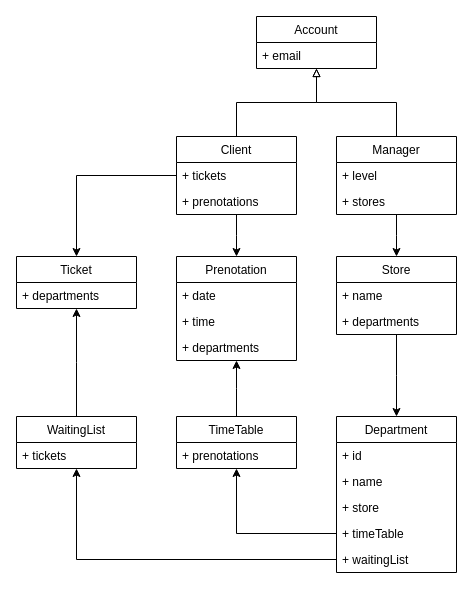
This is RASD/Images/main-class-diag.drawio from imDema/DeMartiniDuico-sw2, a draw.io file, before an edit. Source tidied: cells renumbered, new cells numbered last; positions are measured from the earlier drawing's top-left corner, leaving out a move shared by most shapes. Both pictures are drawn from the tidied source at 100%, with x=0, y=0 at pixel (16, 16).
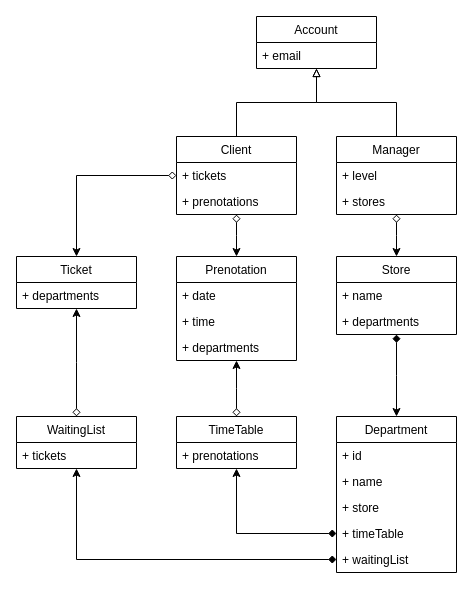
The same page after the edit.

Unchanged cells that the change refers to:
```xml
<mxCell id="2" value="Store" style="swimlane;fontStyle=0;horizontal=1;startSize=26;fillColor=none;" parent="1" vertex="1">
  <mxGeometry x="320" y="240" width="120" height="78" as="geometry" />
</mxCell>
<mxCell id="4" value="+ departments" style="text;strokeColor=none;fillColor=none;align=left;verticalAlign=top;spacingLeft=4;spacingRight=4;overflow=hidden;points=[[0,0.5],[1,0.5]];portConstraint=eastwest;" parent="2" vertex="1">
  <mxGeometry y="52" width="120" height="26" as="geometry" />
</mxCell>
<mxCell id="8" value="+ stores" style="text;strokeColor=none;fillColor=none;align=left;verticalAlign=top;spacingLeft=4;spacingRight=4;overflow=hidden;points=[[0,0.5],[1,0.5]];portConstraint=eastwest;" parent="6" vertex="1">
  <mxGeometry y="52" width="120" height="26" as="geometry" />
</mxCell>
<mxCell id="10" value="+ tickets" style="text;strokeColor=none;fillColor=none;align=left;verticalAlign=top;spacingLeft=4;spacingRight=4;overflow=hidden;points=[[0,0.5],[1,0.5]];portConstraint=eastwest;" parent="9" vertex="1">
  <mxGeometry y="26" width="120" height="26" as="geometry" />
</mxCell>
<mxCell id="11" value="+ prenotations" style="text;strokeColor=none;fillColor=none;align=left;verticalAlign=top;spacingLeft=4;spacingRight=4;overflow=hidden;points=[[0,0.5],[1,0.5]];portConstraint=eastwest;" parent="9" vertex="1">
  <mxGeometry y="52" width="120" height="26" as="geometry" />
</mxCell>
<mxCell id="15" value="Ticket" style="swimlane;fontStyle=0;horizontal=1;startSize=26;fillColor=none;" parent="1" vertex="1">
  <mxGeometry y="240" width="120" height="52" as="geometry" />
</mxCell>
<mxCell id="17" value="Prenotation" style="swimlane;fontStyle=0;horizontal=1;startSize=26;fillColor=none;" parent="1" vertex="1">
  <mxGeometry x="160" y="240" width="120" height="104" as="geometry" />
</mxCell>
<mxCell id="21" value="Department" style="swimlane;fontStyle=0;horizontal=1;startSize=26;fillColor=none;" parent="1" vertex="1">
  <mxGeometry x="320" y="400" width="120" height="156" as="geometry" />
</mxCell>
<mxCell id="25" value="+ timeTable" style="text;strokeColor=none;fillColor=none;align=left;verticalAlign=top;spacingLeft=4;spacingRight=4;overflow=hidden;points=[[0,0.5],[1,0.5]];portConstraint=eastwest;" parent="21" vertex="1">
  <mxGeometry y="104" width="120" height="26" as="geometry" />
</mxCell>
<mxCell id="26" value="+ waitingList" style="text;strokeColor=none;fillColor=none;align=left;verticalAlign=top;spacingLeft=4;spacingRight=4;overflow=hidden;points=[[0,0.5],[1,0.5]];portConstraint=eastwest;" parent="21" vertex="1">
  <mxGeometry y="130" width="120" height="26" as="geometry" />
</mxCell>
<mxCell id="28" value="WaitingList" style="swimlane;fontStyle=0;horizontal=1;startSize=26;fillColor=none;" parent="1" vertex="1">
  <mxGeometry y="400" width="120" height="52" as="geometry" />
</mxCell>
<mxCell id="31" value="TimeTable" style="swimlane;fontStyle=0;horizontal=1;startSize=26;fillColor=none;" parent="1" vertex="1">
  <mxGeometry x="160" y="400" width="120" height="52" as="geometry" />
</mxCell>
```

What changed in the source:
```diff
@@
-    <mxCell id="27" style="edgeStyle=elbowEdgeStyle;rounded=0;jettySize=auto;html=1;startArrow=none;startFill=0;endArrow=classic;endFill=1;" parent="1" edge="1" source="28" target="15">
+    <mxCell id="27" style="edgeStyle=elbowEdgeStyle;rounded=0;jettySize=auto;html=1;startArrow=diamond;startFill=0;endArrow=classic;endFill=1;" parent="1" edge="1" source="28" target="15">
       <mxGeometry relative="1" as="geometry" />
     </mxCell>
@@
-    <mxCell id="30" style="edgeStyle=elbowEdgeStyle;rounded=0;jettySize=auto;html=1;startArrow=none;startFill=0;endArrow=classic;endFill=1;" parent="1" edge="1" source="31" target="17">
+    <mxCell id="30" style="edgeStyle=elbowEdgeStyle;rounded=0;jettySize=auto;html=1;startArrow=diamond;startFill=0;endArrow=classic;endFill=1;" parent="1" edge="1" source="31" target="17">
       <mxGeometry relative="1" as="geometry" />
     </mxCell>
@@
-    <mxCell id="33" style="edgeStyle=elbowEdgeStyle;rounded=0;jettySize=auto;html=1;startArrow=none;startFill=0;endArrow=classic;endFill=1;" parent="1" edge="1" source="10" target="15">
+    <mxCell id="33" style="edgeStyle=elbowEdgeStyle;rounded=0;jettySize=auto;html=1;startArrow=diamond;startFill=0;endArrow=classic;endFill=1;" parent="1" edge="1" source="10" target="15">
       <mxGeometry relative="1" as="geometry">
         <Array as="points">
           <mxPoint x="60" y="220" />
         </Array>
       </mxGeometry>
     </mxCell>
-    <mxCell id="34" style="edgeStyle=elbowEdgeStyle;rounded=0;jettySize=auto;html=1;startArrow=none;startFill=0;endArrow=classic;endFill=1;" parent="1" edge="1" source="11" target="17">
+    <mxCell id="34" style="edgeStyle=elbowEdgeStyle;rounded=0;jettySize=auto;html=1;startArrow=diamond;startFill=0;endArrow=classic;endFill=1;" parent="1" edge="1" source="11" target="17">
       <mxGeometry relative="1" as="geometry" />
     </mxCell>
-    <mxCell id="35" style="edgeStyle=elbowEdgeStyle;rounded=0;jettySize=auto;html=1;startArrow=none;startFill=0;endArrow=classic;endFill=1;" parent="1" edge="1" source="8" target="2">
+    <mxCell id="35" style="edgeStyle=elbowEdgeStyle;rounded=0;jettySize=auto;html=1;startArrow=diamond;startFill=0;endArrow=classic;endFill=1;" parent="1" edge="1" source="8" target="2">
       <mxGeometry relative="1" as="geometry" />
     </mxCell>
-    <mxCell id="36" style="edgeStyle=elbowEdgeStyle;rounded=0;jettySize=auto;html=1;startArrow=none;startFill=0;endArrow=classic;endFill=1;" parent="1" edge="1" source="4" target="21">
+    <mxCell id="36" style="edgeStyle=elbowEdgeStyle;rounded=0;jettySize=auto;html=1;startArrow=diamond;startFill=1;endArrow=classic;endFill=1;" parent="1" edge="1" source="4" target="21">
       <mxGeometry relative="1" as="geometry" />
     </mxCell>
-    <mxCell id="37" style="edgeStyle=elbowEdgeStyle;rounded=0;jettySize=auto;html=1;startArrow=none;startFill=0;endArrow=classic;endFill=1;" parent="1" edge="1" source="25" target="31">
+    <mxCell id="37" style="edgeStyle=elbowEdgeStyle;rounded=0;jettySize=auto;html=1;startArrow=diamond;startFill=1;endArrow=classic;endFill=1;" parent="1" edge="1" source="25" target="31">
       <mxGeometry relative="1" as="geometry">
         <Array as="points">
           <mxPoint x="220" y="490" />
         </Array>
       </mxGeometry>
     </mxCell>
-    <mxCell id="38" style="edgeStyle=elbowEdgeStyle;rounded=0;jettySize=auto;html=1;startArrow=none;startFill=0;endArrow=classic;endFill=1;" parent="1" edge="1" source="26" target="28">
+    <mxCell id="38" style="edgeStyle=elbowEdgeStyle;rounded=0;jettySize=auto;html=1;startArrow=diamond;startFill=1;endArrow=classic;endFill=1;" parent="1" edge="1" source="26" target="28">
       <mxGeometry relative="1" as="geometry">
         <Array as="points">
           <mxPoint x="60" y="490" />
         </Array>
       </mxGeometry>
     </mxCell>
```
